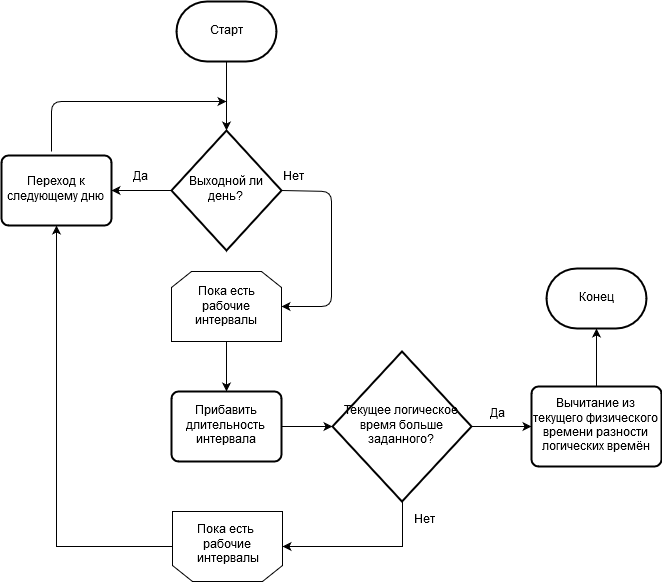
Earlier version of the draw.io export pics/scheduleSchema.png (BarneyXF/DiplodocusDeBulbasaur). Source tidied: cells renumbered, new cells last; positions are measured from the earlier drawing's top-left corner, leaving out a move shared by most shapes.
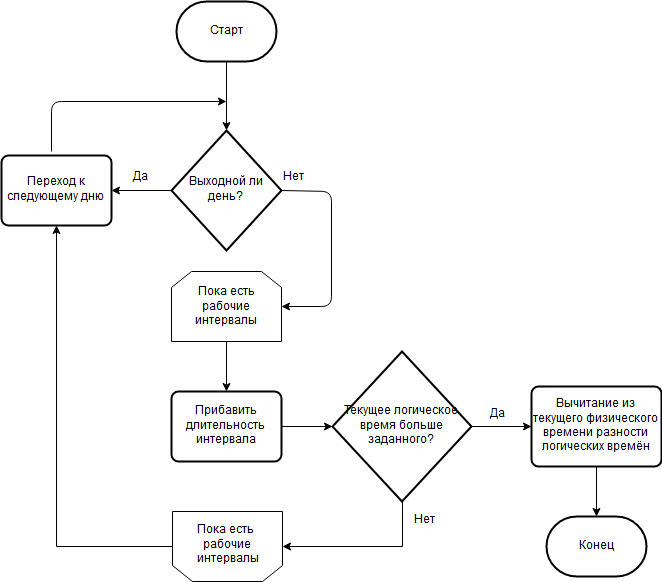
The same diagram one commit later.

Change to the diagram source:
```diff
@@ -17,7 +17,7 @@
         </Array>
       </mxGeometry>
     </mxCell>
-    <mxCell id="5" style="endArrow=classic;html=1;exitX=0.5;exitY=0;exitDx=0;exitDy=0;entryX=0.5;entryY=1;entryDx=0;entryDy=0;entryPerimeter=0;" parent="1" edge="1" source="21" target="25">
+    <mxCell id="5" style="endArrow=classic;html=1;exitX=0.5;exitY=1;exitDx=0;exitDy=0;entryX=0.5;entryY=0;entryDx=0;entryDy=0;entryPerimeter=0;" parent="1" edge="1" source="21" target="25">
       <mxGeometry relative="1" as="geometry" />
     </mxCell>
     <mxCell id="6" value="Да" style="text;html=1;align=left;verticalAlign=top;spacingTop=-4;" parent="1" vertex="1">
@@ -83,7 +83,7 @@
       <mxGeometry x="175" width="100" height="60" as="geometry" />
     </mxCell>
     <mxCell id="25" value="Конец" style="strokeWidth=2;html=1;shape=mxgraph.flowchart.terminator;whiteSpace=wrap;" parent="1" vertex="1">
-      <mxGeometry x="545" y="267" width="100" height="60" as="geometry" />
+      <mxGeometry x="545" y="515" width="100" height="60" as="geometry" />
     </mxCell>
   </root>
 </mxGraphModel>
```
